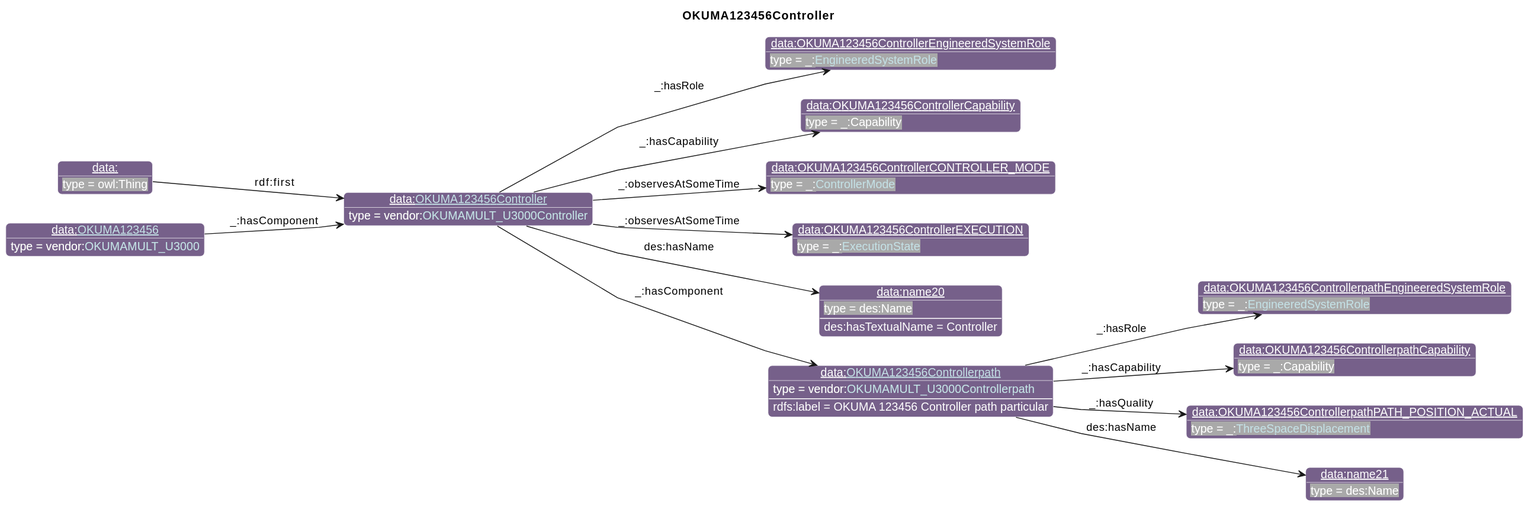
Earlier version of the PlantUML export diagrams/OKUMA123456Controller.svg (iofoundry/example-syseng-mtconnect).
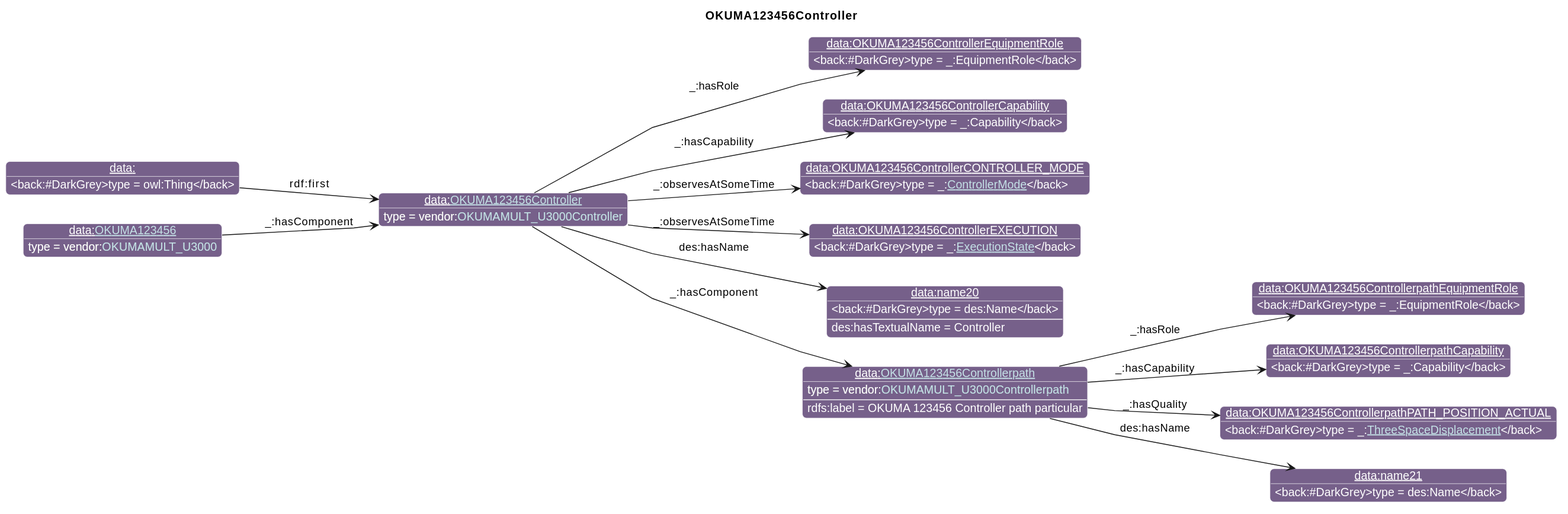
After the commit.

Diff of the diagram source:
```diff
@@ -26,13 +26,13 @@
                       "qp":"641B2E"
       }
 individual(o0, data:[[./OKUMA123456Controller.html OKUMA123456Controller]], vendor:[[../OKUMA.html#OKUMAMULT_U3000Controller OKUMAMULT_U3000Controller]])
-individual(o1, data:OKUMA123456ControllerEngineeredSystemRole, _:[[../MTConnect.html#EngineeredSystemRole EngineeredSystemRole]])
+individual(o1, data:OKUMA123456ControllerEquipmentRole, _:EquipmentRole)
 individual(o2, data:OKUMA123456ControllerCapability, _:Capability)
 individual(o3, data:OKUMA123456ControllerCONTROLLER_MODE, _:[[../MTConnect.html#ControllerMode ControllerMode]])
 individual(o4, data:OKUMA123456ControllerEXECUTION, _:[[../MTConnect.html#ExecutionState ExecutionState]])
 individual(o5, data:name20, des:Name)
 individual(o6, data:[[./OKUMA123456Controllerpath.html OKUMA123456Controllerpath]], vendor:[[../OKUMA.html#OKUMAMULT_U3000Controllerpath OKUMAMULT_U3000Controllerpath]])
-individual(o7, data:OKUMA123456ControllerpathEngineeredSystemRole, _:[[../MTConnect.html#EngineeredSystemRole EngineeredSystemRole]])
+individual(o7, data:OKUMA123456ControllerpathEquipmentRole, _:EquipmentRole)
 individual(o8, data:OKUMA123456ControllerpathCapability, _:Capability)
 individual(o9, data:OKUMA123456ControllerpathPATH_POSITION_ACTUAL, _:[[../MTConnect.html#ThreeSpaceDisplacement ThreeSpaceDisplacement]])
 individual(o10, data:name21, des:Name)
```
